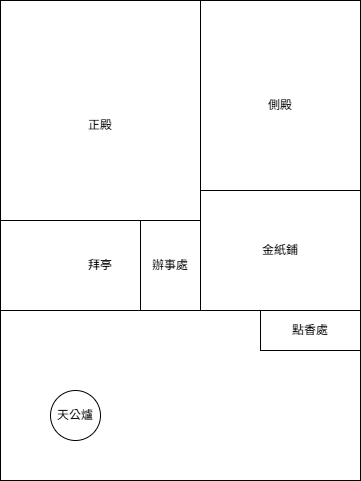
The draw.io diagram 360導覽/mini_map.png in LAI-wen/xiahai-temple-vr-v, before a commit. Source tidied: cells renumbered, new cells last; positions are measured from the earlier drawing's top-left corner, leaving out a move shared by most shapes.
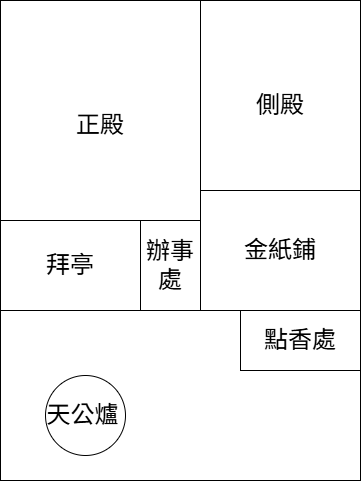
After the change.

Change to the diagram source:
```diff
@@ -15,39 +15,39 @@
       <mxGeometry x="200" y="190" width="160" height="120" as="geometry" />
     </mxCell>
     <mxCell id="6" style="rounded=0;whiteSpace=wrap;html=1;" parent="1" vertex="1">
-      <mxGeometry x="260" y="310" width="100" height="40" as="geometry" />
+      <mxGeometry x="240" y="310" width="120" height="60" as="geometry" />
     </mxCell>
     <mxCell id="7" style="ellipse;whiteSpace=wrap;html=1;" parent="1" vertex="1">
-      <mxGeometry x="50" y="390" width="50" height="50" as="geometry" />
+      <mxGeometry x="45" y="375" width="80" height="80" as="geometry" />
     </mxCell>
     <mxCell id="8" style="rounded=0;whiteSpace=wrap;html=1;" parent="1" vertex="1">
       <mxGeometry y="220" width="200" height="90" as="geometry" />
     </mxCell>
-    <mxCell id="9" value="點香處" style="text;strokeColor=none;align=center;fillColor=none;html=1;verticalAlign=middle;whiteSpace=wrap;rounded=0;" parent="1" vertex="1">
-      <mxGeometry x="280" y="315" width="60" height="30" as="geometry" />
+    <mxCell id="9" value="點香處" style="text;strokeColor=none;align=center;fillColor=none;html=1;verticalAlign=middle;whiteSpace=wrap;rounded=0;fontSize=24;" parent="1" vertex="1">
+      <mxGeometry x="260" y="325" width="80" height="30" as="geometry" />
     </mxCell>
-    <mxCell id="10" value="金紙鋪" style="text;strokeColor=none;align=center;fillColor=none;html=1;verticalAlign=middle;whiteSpace=wrap;rounded=0;" parent="1" vertex="1">
-      <mxGeometry x="250" y="235" width="60" height="30" as="geometry" />
+    <mxCell id="10" value="金紙鋪" style="text;strokeColor=none;align=center;fillColor=none;html=1;verticalAlign=middle;whiteSpace=wrap;rounded=0;fontSize=24;" parent="1" vertex="1">
+      <mxGeometry x="240" y="235" width="80" height="30" as="geometry" />
     </mxCell>
     <mxCell id="11" value="辦事處" style="text;strokeColor=none;align=center;fillColor=none;html=1;verticalAlign=middle;whiteSpace=wrap;rounded=0;" parent="1" vertex="1">
       <mxGeometry x="140" y="250" width="60" height="30" as="geometry" />
     </mxCell>
-    <mxCell id="12" value="天公爐" style="text;strokeColor=none;align=center;fillColor=none;html=1;verticalAlign=middle;whiteSpace=wrap;rounded=0;" parent="1" vertex="1">
-      <mxGeometry x="45" y="400" width="60" height="30" as="geometry" />
+    <mxCell id="12" value="天公爐" style="text;strokeColor=none;align=center;fillColor=none;html=1;verticalAlign=middle;whiteSpace=wrap;rounded=0;fontSize=24;" parent="1" vertex="1">
+      <mxGeometry x="45" y="400" width="75" height="30" as="geometry" />
     </mxCell>
-    <mxCell id="13" value="拜亭" style="text;strokeColor=none;align=center;fillColor=none;html=1;verticalAlign=middle;whiteSpace=wrap;rounded=0;" parent="1" vertex="1">
-      <mxGeometry x="70" y="250" width="60" height="30" as="geometry" />
+    <mxCell id="13" value="拜亭" style="text;strokeColor=none;align=center;fillColor=none;html=1;verticalAlign=middle;whiteSpace=wrap;rounded=0;fontSize=24;" parent="1" vertex="1">
+      <mxGeometry x="40" y="250" width="60" height="30" as="geometry" />
     </mxCell>
-    <mxCell id="14" value="正殿" style="text;strokeColor=none;align=center;fillColor=none;html=1;verticalAlign=middle;whiteSpace=wrap;rounded=0;" parent="1" vertex="1">
+    <mxCell id="14" value="正殿" style="text;strokeColor=none;align=center;fillColor=none;html=1;verticalAlign=middle;whiteSpace=wrap;rounded=0;fontSize=24;" parent="1" vertex="1">
       <mxGeometry x="70" y="110" width="60" height="30" as="geometry" />
     </mxCell>
     <mxCell id="15" style="rounded=0;whiteSpace=wrap;html=1;" parent="1" vertex="1">
       <mxGeometry x="140" y="220" width="60" height="90" as="geometry" />
     </mxCell>
-    <mxCell id="16" value="辦事處" style="text;strokeColor=none;align=center;fillColor=none;html=1;verticalAlign=middle;whiteSpace=wrap;rounded=0;" parent="1" vertex="1">
+    <mxCell id="16" value="辦事處" style="text;strokeColor=none;align=center;fillColor=none;html=1;verticalAlign=middle;whiteSpace=wrap;rounded=0;fontSize=24;" parent="1" vertex="1">
       <mxGeometry x="140" y="250" width="60" height="30" as="geometry" />
     </mxCell>
-    <mxCell id="17" value="側殿" style="text;strokeColor=none;align=center;fillColor=none;html=1;verticalAlign=middle;whiteSpace=wrap;rounded=0;" parent="1" vertex="1">
+    <mxCell id="17" value="側殿" style="text;strokeColor=none;align=center;fillColor=none;html=1;verticalAlign=middle;whiteSpace=wrap;rounded=0;fontSize=24;" parent="1" vertex="1">
       <mxGeometry x="250" y="90" width="60" height="30" as="geometry" />
     </mxCell>
   </root>
```
